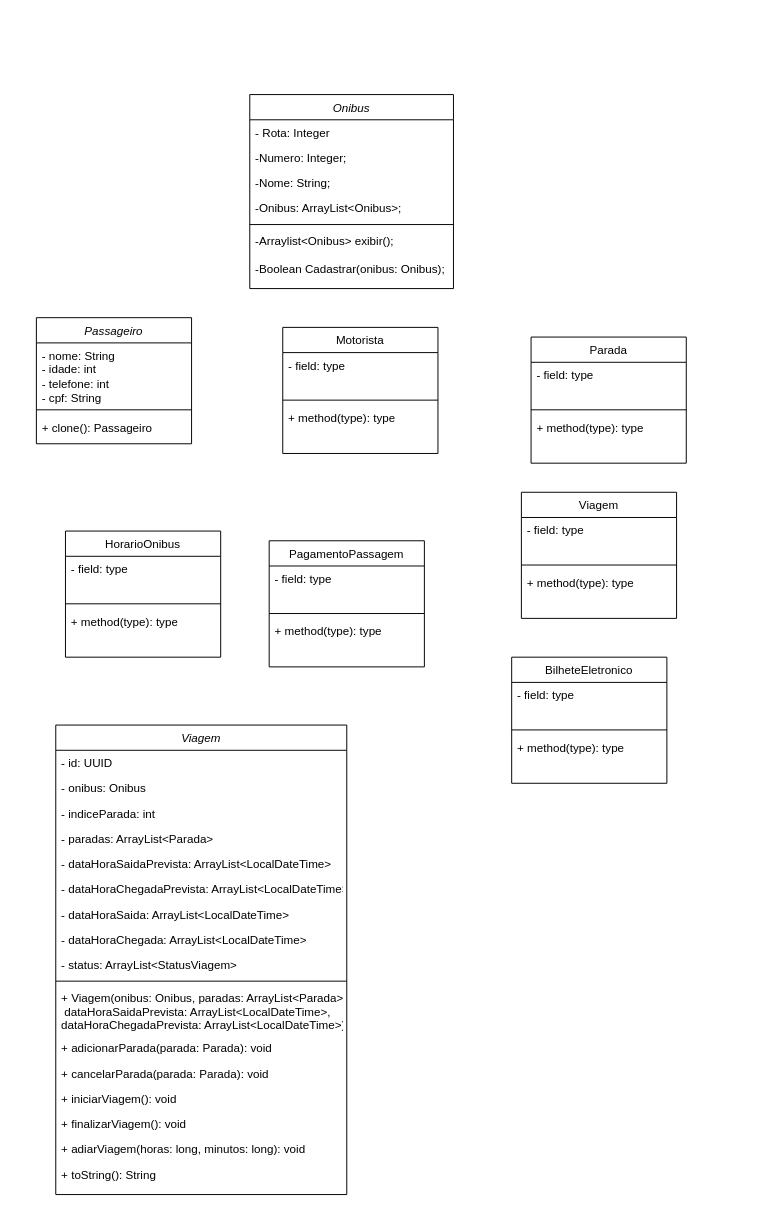
Before: UMLs/TrabalhoPOO.drawio in KAUAN-LOCHE/TrabalhoPOOII, a draw.io diagram. Source tidied: cells renumbered, new cells numbered last; positions are measured from the earlier drawing's top-left corner, leaving out a move shared by most shapes. Both pictures are drawn from the tidied source at 97%, with x=0, y=0 at pixel (36, 94).
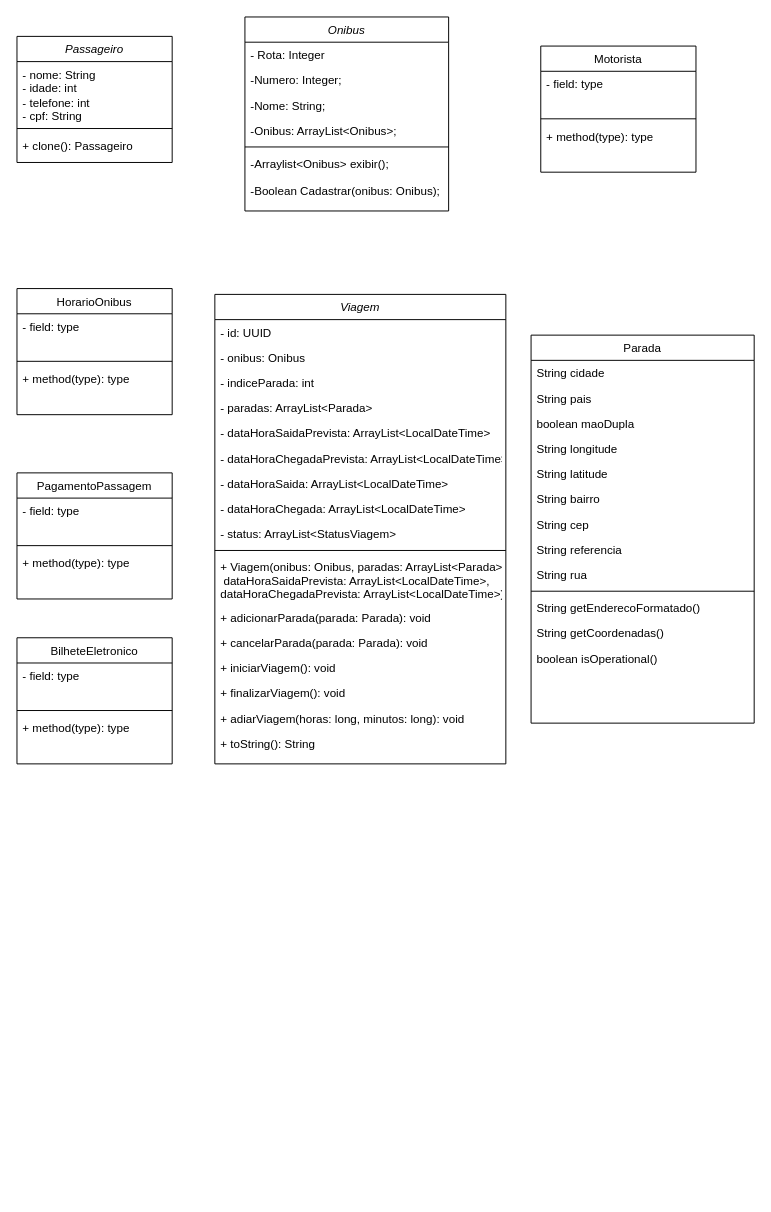
Above is the later version.

Commit message:
Adição do UML

Diff of the diagram source:
```diff
@@
     <mxCell id="2" value="Onibus" style="swimlane;fontStyle=2;align=center;verticalAlign=top;horizontal=1;startSize=26;rounded=0;shadow=0;strokeWidth=1;" parent="1" vertex="1">
-      <mxGeometry x="220" width="210" height="200" as="geometry" />
+      <mxGeometry x="215" y="-80" width="210" height="200" as="geometry" />
     </mxCell>
@@
     <mxCell id="9" value="&lt;span style=&quot;font-weight: normal;&quot;&gt;&lt;i&gt;Passageiro&lt;/i&gt;&lt;/span&gt;" style="swimlane;fontStyle=1;align=center;verticalAlign=top;horizontal=1;startSize=26;whiteSpace=wrap;html=1;" parent="1" vertex="1">
-      <mxGeometry y="230" width="160" height="130" as="geometry" />
+      <mxGeometry x="-20" y="-60" width="160" height="130" as="geometry" />
     </mxCell>
@@
     <mxCell id="13" value="&lt;span style=&quot;font-weight: normal;&quot;&gt;Motorista&lt;/span&gt;" style="swimlane;fontStyle=1;align=center;verticalAlign=top;horizontal=1;startSize=26;whiteSpace=wrap;html=1;" parent="1" vertex="1">
-      <mxGeometry x="254" y="240" width="160" height="130" as="geometry" />
+      <mxGeometry x="520" y="-50" width="160" height="130" as="geometry" />
     </mxCell>
@@
-    <mxCell id="17" value="&lt;span style=&quot;font-weight: normal;&quot;&gt;Parada&lt;/span&gt;" style="swimlane;fontStyle=1;align=center;verticalAlign=top;horizontal=1;startSize=26;whiteSpace=wrap;html=1;" parent="1" vertex="1">
-      <mxGeometry x="510" y="250" width="160" height="130" as="geometry" />
-    </mxCell>
-    <mxCell id="18" value="- field: type" style="text;strokeColor=none;fillColor=none;align=left;verticalAlign=top;spacingLeft=4;spacingRight=4;overflow=hidden;whiteSpace=wrap;html=1;" parent="17" vertex="1">
-      <mxGeometry y="26" width="160" height="44" as="geometry" />
-    </mxCell>
-    <mxCell id="19" style="line;strokeWidth=1;fillColor=none;align=left;verticalAlign=middle;spacingTop=-1;spacingLeft=3;spacingRight=3;labelPosition=right;strokeColor=inherit;" parent="17" vertex="1">
-      <mxGeometry y="70" width="160" height="10" as="geometry" />
-    </mxCell>
-    <mxCell id="20" value="+ method(type): type" style="text;strokeColor=none;fillColor=none;align=left;verticalAlign=top;spacingLeft=4;spacingRight=4;overflow=hidden;whiteSpace=wrap;html=1;" parent="17" vertex="1">
-      <mxGeometry y="80" width="160" height="50" as="geometry" />
-    </mxCell>
-    <mxCell id="21" value="&lt;span style=&quot;font-weight: normal;&quot;&gt;Viagem&lt;/span&gt;" style="swimlane;fontStyle=1;align=center;verticalAlign=top;horizontal=1;startSize=26;whiteSpace=wrap;html=1;" parent="1" vertex="1">
-      <mxGeometry x="500" y="410" width="160" height="130" as="geometry" />
-    </mxCell>
-    <mxCell id="22" value="- field: type" style="text;strokeColor=none;fillColor=none;align=left;verticalAlign=top;spacingLeft=4;spacingRight=4;overflow=hidden;whiteSpace=wrap;html=1;" parent="21" vertex="1">
-      <mxGeometry y="26" width="160" height="44" as="geometry" />
-    </mxCell>
-    <mxCell id="23" style="line;strokeWidth=1;fillColor=none;align=left;verticalAlign=middle;spacingTop=-1;spacingLeft=3;spacingRight=3;labelPosition=right;strokeColor=inherit;" parent="21" vertex="1">
-      <mxGeometry y="70" width="160" height="10" as="geometry" />
-    </mxCell>
-    <mxCell id="24" value="+ method(type): type" style="text;strokeColor=none;fillColor=none;align=left;verticalAlign=top;spacingLeft=4;spacingRight=4;overflow=hidden;whiteSpace=wrap;html=1;" parent="21" vertex="1">
-      <mxGeometry y="80" width="160" height="50" as="geometry" />
-    </mxCell>
     <mxCell id="25" value="&lt;span style=&quot;font-weight: normal;&quot;&gt;PagamentoPassagem&lt;/span&gt;" style="swimlane;fontStyle=1;align=center;verticalAlign=top;horizontal=1;startSize=26;whiteSpace=wrap;html=1;" parent="1" vertex="1">
-      <mxGeometry x="240" y="460" width="160" height="130" as="geometry" />
+      <mxGeometry x="-20" y="390" width="160" height="130" as="geometry" />
     </mxCell>
@@
     <mxCell id="29" value="&lt;span style=&quot;font-weight: 400;&quot;&gt;HorarioOnibus&lt;/span&gt;" style="swimlane;fontStyle=1;align=center;verticalAlign=top;horizontal=1;startSize=26;whiteSpace=wrap;html=1;" parent="1" vertex="1">
-      <mxGeometry x="30" y="450" width="160" height="130" as="geometry" />
+      <mxGeometry x="-20" y="200" width="160" height="130" as="geometry" />
     </mxCell>
@@
     <mxCell id="33" value="&lt;span style=&quot;font-weight: normal;&quot;&gt;BilheteEletronico&lt;/span&gt;" style="swimlane;fontStyle=1;align=center;verticalAlign=top;horizontal=1;startSize=26;whiteSpace=wrap;html=1;" parent="1" vertex="1">
-      <mxGeometry x="490" y="580" width="160" height="130" as="geometry" />
+      <mxGeometry x="-20" y="560" width="160" height="130" as="geometry" />
     </mxCell>
@@
     <mxCell id="37" value="Viagem" style="swimlane;fontStyle=2;align=center;verticalAlign=top;horizontal=1;startSize=26;rounded=0;shadow=0;strokeWidth=1;" parent="1" vertex="1">
-      <mxGeometry x="20" y="650" width="300" height="484" as="geometry" />
+      <mxGeometry x="184" y="206" width="300" height="484" as="geometry" />
     </mxCell>
@@
+    <mxCell id="17" value="Parada" style="swimlane;fontStyle=0;align=center;verticalAlign=top;horizontal=1;startSize=26;rounded=0;shadow=0;strokeWidth=1;" parent="1" vertex="1">
+      <mxGeometry x="510" y="248" width="230" height="400" as="geometry" />
+    </mxCell>
+    <mxCell id="55" value="String cidade" style="text;align=left;verticalAlign=top;spacingLeft=4;spacingRight=4;overflow=hidden;rounded=0;shadow=0;html=0;" parent="17" vertex="1">
+      <mxGeometry y="26" width="230" height="26" as="geometry" />
+    </mxCell>
+    <mxCell id="56" value="String pais" style="text;align=left;verticalAlign=top;spacingLeft=4;spacingRight=4;overflow=hidden;rounded=0;shadow=0;html=0;" parent="17" vertex="1">
+      <mxGeometry y="52" width="230" height="26" as="geometry" />
+    </mxCell>
+    <mxCell id="57" value="boolean maoDupla&#10;" style="text;align=left;verticalAlign=top;spacingLeft=4;spacingRight=4;overflow=hidden;rounded=0;shadow=0;html=0;" parent="17" vertex="1">
+      <mxGeometry y="78" width="230" height="26" as="geometry" />
+    </mxCell>
+    <mxCell id="58" value="String longitude" style="text;align=left;verticalAlign=top;spacingLeft=4;spacingRight=4;overflow=hidden;rounded=0;shadow=0;html=0;" parent="17" vertex="1">
+      <mxGeometry y="104" width="230" height="26" as="geometry" />
+    </mxCell>
+    <mxCell id="59" value="String latitude" style="text;align=left;verticalAlign=top;spacingLeft=4;spacingRight=4;overflow=hidden;rounded=0;shadow=0;html=0;" parent="17" vertex="1">
+      <mxGeometry y="130" width="230" height="26" as="geometry" />
+    </mxCell>
+    <mxCell id="60" value="String bairro" style="text;align=left;verticalAlign=top;spacingLeft=4;spacingRight=4;overflow=hidden;rounded=0;shadow=0;html=0;" parent="17" vertex="1">
+      <mxGeometry y="156" width="230" height="26" as="geometry" />
+    </mxCell>
+    <mxCell id="61" value="String cep" style="text;align=left;verticalAlign=top;spacingLeft=4;spacingRight=4;overflow=hidden;rounded=0;shadow=0;html=0;" parent="17" vertex="1">
+      <mxGeometry y="182" width="230" height="26" as="geometry" />
+    </mxCell>
+    <mxCell id="62" value="String referencia" style="text;align=left;verticalAlign=top;spacingLeft=4;spacingRight=4;overflow=hidden;" parent="17" vertex="1">
+      <mxGeometry y="208" width="230" height="26" as="geometry" />
+    </mxCell>
+    <mxCell id="63" value="String rua" style="text;align=left;verticalAlign=top;spacingLeft=4;spacingRight=4;overflow=hidden;" parent="17" vertex="1">
+      <mxGeometry y="234" width="230" height="26" as="geometry" />
+    </mxCell>
+    <mxCell id="64" style="line;html=1;strokeWidth=1;align=left;verticalAlign=middle;spacingTop=-1;spacingLeft=3;spacingRight=3;labelPosition=right;" parent="17" vertex="1">
+      <mxGeometry y="260" width="230" height="8" as="geometry" />
+    </mxCell>
+    <mxCell id="65" value="String getEnderecoFormatado()" style="text;align=left;verticalAlign=top;spacingLeft=4;spacingRight=4;overflow=hidden;rounded=0;shadow=0;html=0;" parent="17" vertex="1">
+      <mxGeometry y="268" width="230" height="26" as="geometry" />
+    </mxCell>
+    <mxCell id="66" value="String getCoordenadas()" style="text;align=left;verticalAlign=top;spacingLeft=4;spacingRight=4;overflow=hidden;rounded=0;shadow=0;html=0;" parent="17" vertex="1">
+      <mxGeometry y="294" width="230" height="26" as="geometry" />
+    </mxCell>
+    <mxCell id="67" value="boolean isOperational()" style="text;align=left;verticalAlign=top;spacingLeft=4;spacingRight=4;overflow=hidden;rounded=0;shadow=0;html=0;" parent="17" vertex="1">
+      <mxGeometry y="320" width="230" height="26" as="geometry" />
+    </mxCell>
```
